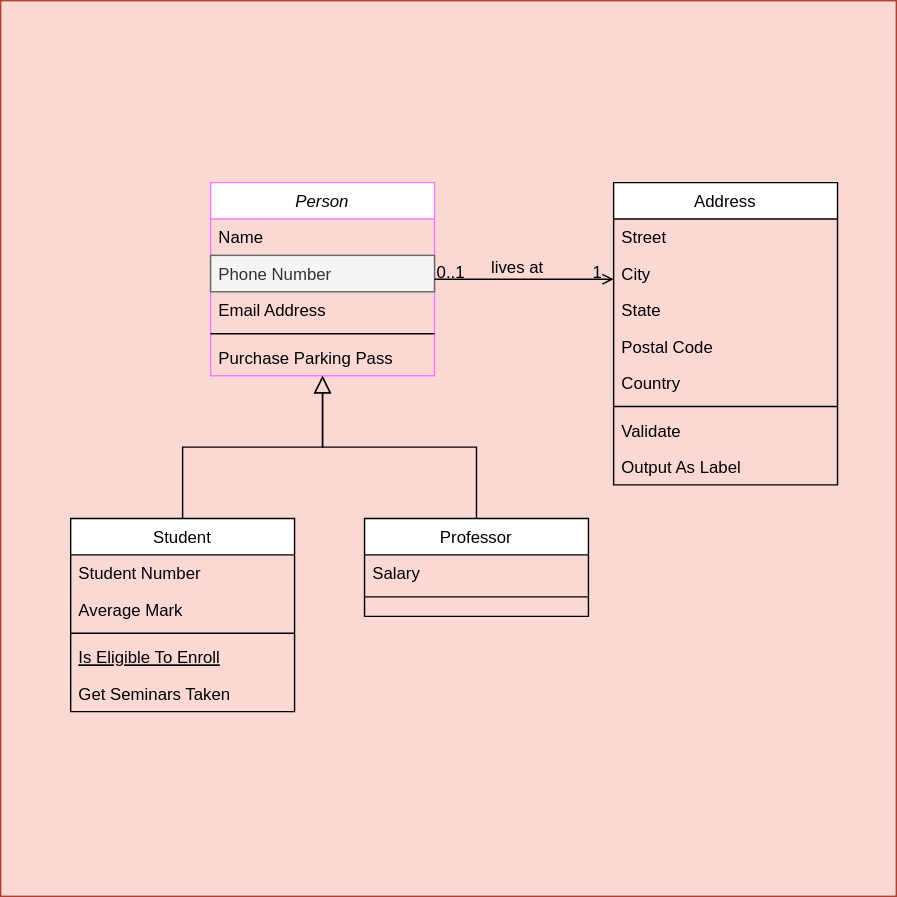
Above: Diagrama.drawio.svg in min-swep-r/kodes (draw.io), before the change. Source tidied: cells renumbered, new cells last; positions are measured from the earlier drawing's top-left corner, leaving out a move shared by most shapes.
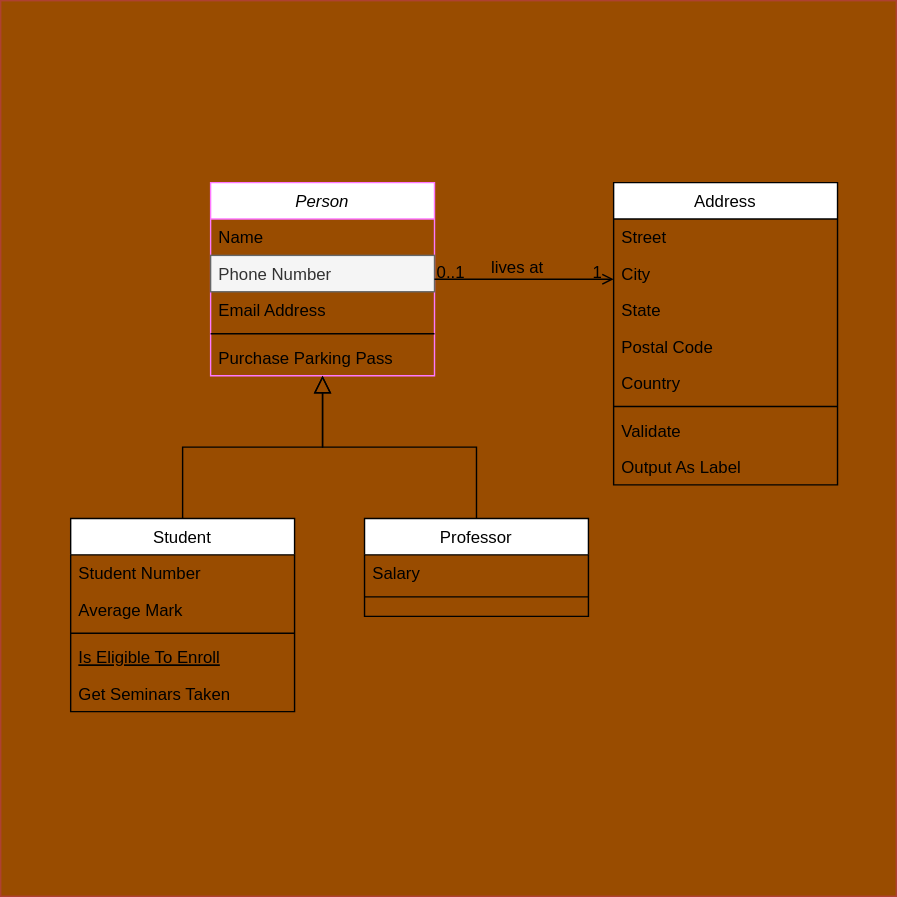
Above is the later version.

What changed in the source:
```diff
@@ -2,7 +2,7 @@
   <root>
     <mxCell id="0" />
     <mxCell id="1" parent="0" />
-    <mxCell id="2" style="whiteSpace=wrap;html=1;fillColor=#fad9d5;strokeColor=#ae4132;" parent="1" vertex="1">
+    <mxCell id="2" style="whiteSpace=wrap;html=1;fillColor=#994C00;strokeColor=#ae4132;" parent="1" vertex="1">
       <mxGeometry width="640" height="640" as="geometry" />
     </mxCell>
     <mxCell id="3" value="Person" style="swimlane;fontStyle=2;align=center;verticalAlign=top;horizontal=1;startSize=26;rounded=0;shadow=0;strokeWidth=1;strokeColor=#FF78FF;" parent="1" vertex="1">
```
